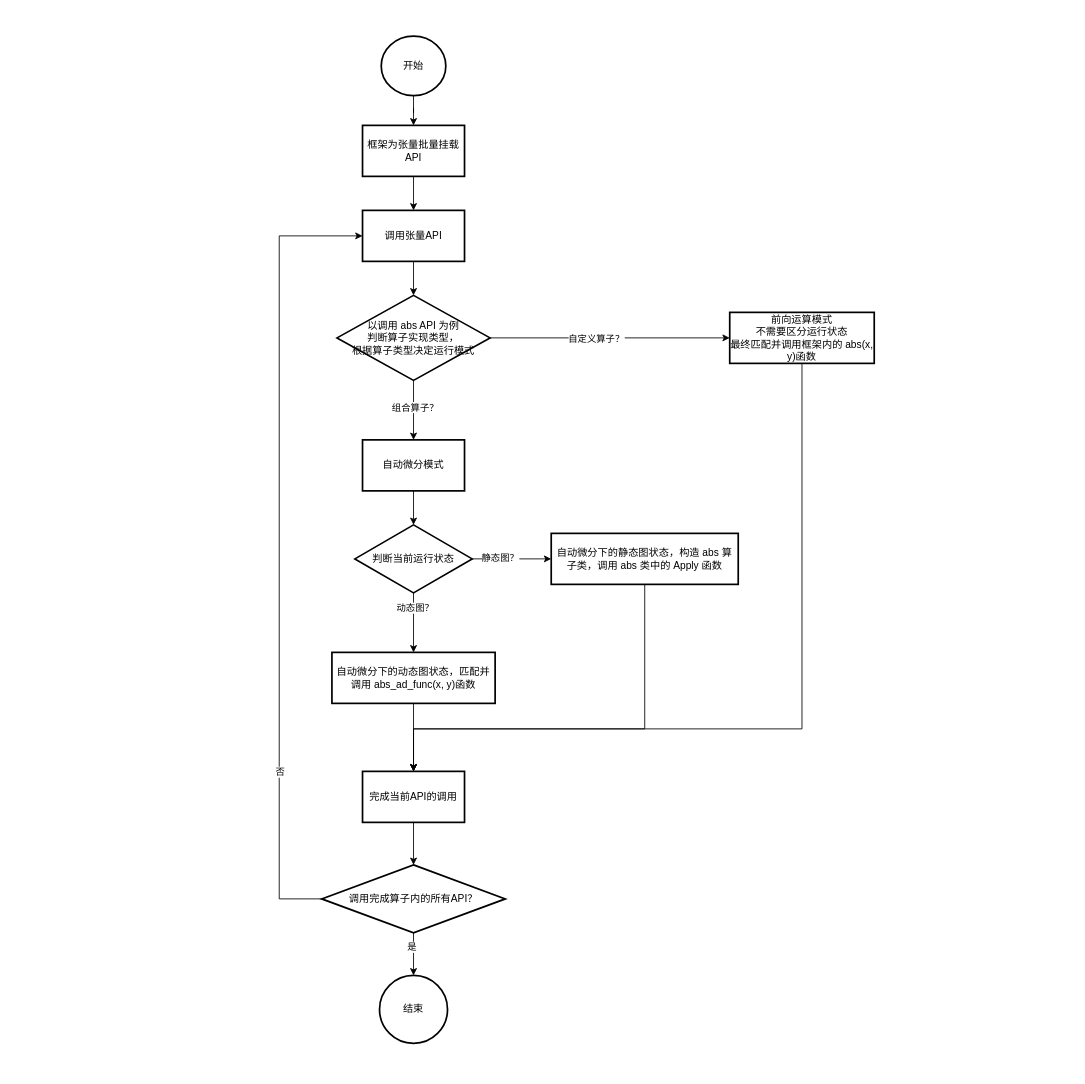
jiahy0825/draw.io keeps this draw.io diagram as 运算符重载-专利流程图.drawio. Above is the earlier version. Source tidied: cells renumbered, new cells numbered last; positions are measured from the earlier drawing's top-left corner, leaving out a move shared by most shapes. Both pictures are drawn from the tidied source at 85%, with x=0, y=0 at pixel (279, 36).
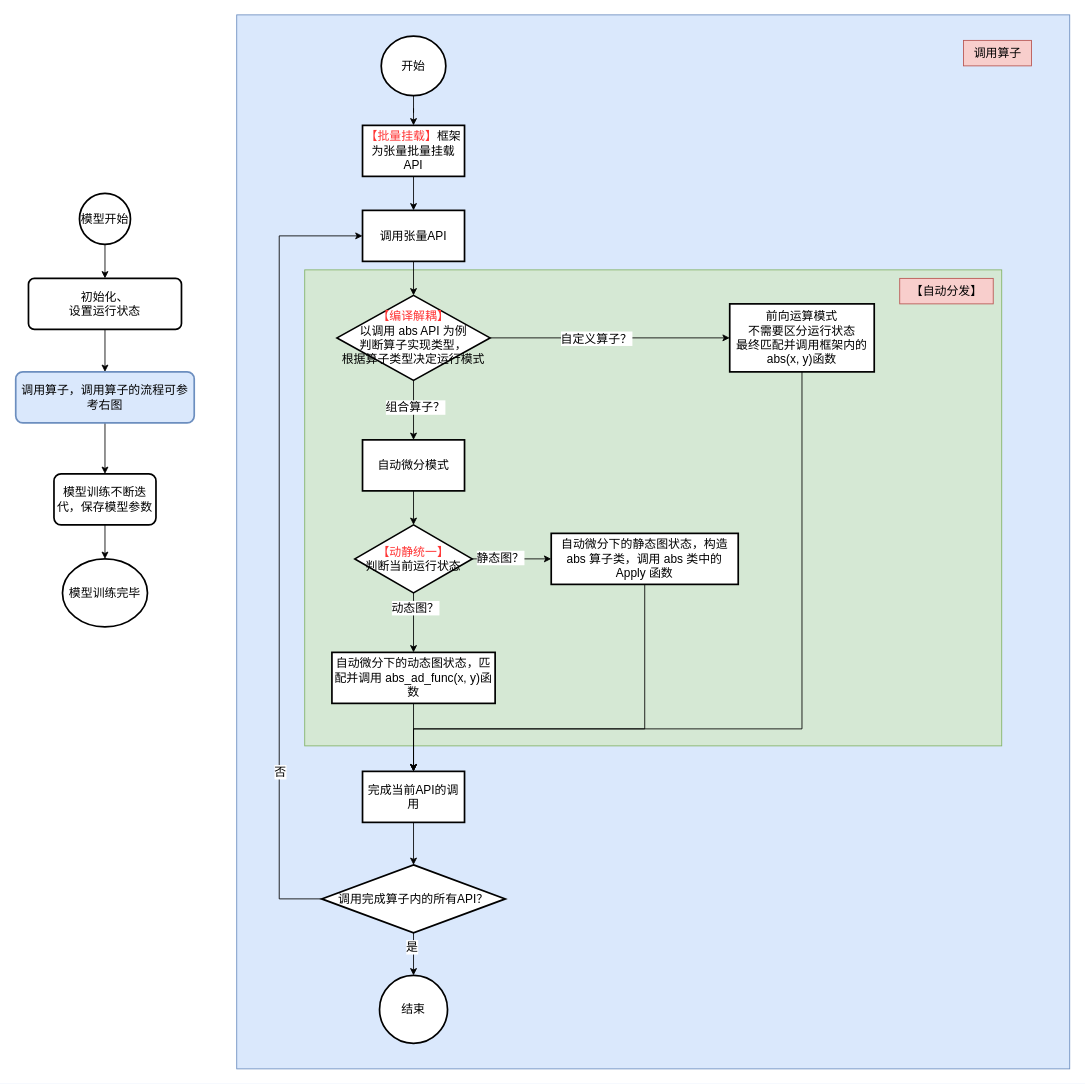
The same page after the edit.

Commit message:
更新运算符重载-专利流程图.drawio

The edit, as a diff of the source:
```diff
@@
+    <mxCell id="34" style="rounded=0;whiteSpace=wrap;html=1;fillColor=#dae8fc;strokeColor=#6c8ebf;fontSize=14;" parent="1" vertex="1">
+      <mxGeometry x="-50" y="-25" width="980" height="1240" as="geometry" />
+    </mxCell>
+    <mxCell id="35" style="rounded=0;whiteSpace=wrap;html=1;fillColor=#d5e8d4;strokeColor=#82b366;fontSize=14;" parent="1" vertex="1">
+      <mxGeometry x="30" y="275" width="820" height="560" as="geometry" />
+    </mxCell>
-    <mxCell id="2" style="edgeStyle=orthogonalEdgeStyle;rounded=0;jettySize=auto;html=1;" parent="1" edge="1" source="3" target="5">
+    <mxCell id="2" style="edgeStyle=orthogonalEdgeStyle;rounded=0;jettySize=auto;html=1;fontSize=14;" parent="1" edge="1" source="3" target="5">
       <mxGeometry relative="1" as="geometry" />
     </mxCell>
-    <mxCell id="3" value="开始" style="strokeWidth=2;html=1;shape=mxgraph.flowchart.start_2;whiteSpace=wrap;" parent="1" vertex="1">
+    <mxCell id="3" value="开始" style="strokeWidth=2;html=1;shape=mxgraph.flowchart.start_2;whiteSpace=wrap;fontSize=14;" parent="1" vertex="1">
       <mxGeometry x="120" width="76" height="70" as="geometry" />
     </mxCell>
-    <mxCell id="4" style="edgeStyle=orthogonalEdgeStyle;rounded=0;jettySize=auto;html=1;" parent="1" edge="1" source="5" target="7">
+    <mxCell id="4" style="edgeStyle=orthogonalEdgeStyle;rounded=0;jettySize=auto;html=1;fontSize=14;" parent="1" edge="1" source="5" target="7">
       <mxGeometry relative="1" as="geometry" />
     </mxCell>
-    <mxCell id="5" value="框架为张量批量挂载 API" style="whiteSpace=wrap;html=1;strokeWidth=2;" parent="1" vertex="1">
+    <mxCell id="5" value="&lt;font color=&quot;#ff3333&quot;&gt;【批量挂载】&lt;/font&gt;框架为张量批量挂载 API" style="whiteSpace=wrap;html=1;strokeWidth=2;fontSize=14;" parent="1" vertex="1">
       <mxGeometry x="98" y="105" width="120" height="60" as="geometry" />
     </mxCell>
-    <mxCell id="6" style="edgeStyle=orthogonalEdgeStyle;rounded=0;jettySize=auto;html=1;" parent="1" edge="1" source="7" target="12">
+    <mxCell id="6" style="edgeStyle=orthogonalEdgeStyle;rounded=0;jettySize=auto;html=1;fontSize=14;" parent="1" edge="1" source="7" target="12">
       <mxGeometry relative="1" as="geometry" />
     </mxCell>
-    <mxCell id="7" value="调用张量API" style="whiteSpace=wrap;html=1;strokeWidth=2;" parent="1" vertex="1">
+    <mxCell id="7" value="调用张量API" style="whiteSpace=wrap;html=1;strokeWidth=2;fontSize=14;" parent="1" vertex="1">
       <mxGeometry x="98" y="205" width="120" height="60" as="geometry" />
     </mxCell>
-    <mxCell id="8" style="edgeStyle=orthogonalEdgeStyle;rounded=0;jettySize=auto;html=1;" parent="1" edge="1" source="12" target="14">
+    <mxCell id="8" style="edgeStyle=orthogonalEdgeStyle;rounded=0;jettySize=auto;html=1;fontSize=14;" parent="1" edge="1" source="12" target="14">
       <mxGeometry relative="1" as="geometry" />
     </mxCell>
-    <mxCell id="9" value="自定义算子？" style="edgeLabel;html=1;align=center;verticalAlign=middle;" parent="8" vertex="1">
+    <mxCell id="9" value="自定义算子？" style="edgeLabel;html=1;align=center;verticalAlign=middle;fontSize=14;" parent="8" vertex="1">
       <mxGeometry x="-0.12" y="1" relative="1" as="geometry">
         <mxPoint y="1" as="offset" />
       </mxGeometry>
     </mxCell>
-    <mxCell id="10" style="edgeStyle=orthogonalEdgeStyle;rounded=0;jettySize=auto;html=1;" parent="1" edge="1" source="12" target="16">
+    <mxCell id="10" style="edgeStyle=orthogonalEdgeStyle;rounded=0;jettySize=auto;html=1;fontSize=14;" parent="1" edge="1" source="12" target="16">
       <mxGeometry relative="1" as="geometry" />
     </mxCell>
-    <mxCell id="11" value="组合算子？" style="edgeLabel;html=1;align=center;verticalAlign=middle;" parent="10" vertex="1">
+    <mxCell id="11" value="组合算子？" style="edgeLabel;html=1;align=center;verticalAlign=middle;fontSize=14;" parent="10" vertex="1">
       <mxGeometry x="-0.11" y="1" relative="1" as="geometry" />
     </mxCell>
-    <mxCell id="12" value="以调用 abs API 为例&lt;br&gt;判断算子实现类型，&lt;br&gt;根据算子类型决定运行模式" style="rhombus;whiteSpace=wrap;html=1;strokeWidth=2;" parent="1" vertex="1">
+    <mxCell id="12" value="&lt;font color=&quot;#ff3333&quot;&gt;【编译解耦】&lt;/font&gt;&lt;br style=&quot;font-size: 14px;&quot;&gt;以调用 abs API 为例&lt;br style=&quot;font-size: 14px;&quot;&gt;判断算子实现类型，&lt;br style=&quot;font-size: 14px;&quot;&gt;根据算子类型决定运行模式" style="rhombus;whiteSpace=wrap;html=1;strokeWidth=2;fontSize=14;" parent="1" vertex="1">
       <mxGeometry x="68" y="305" width="180" height="100" as="geometry" />
     </mxCell>
-    <mxCell id="13" style="edgeStyle=orthogonalEdgeStyle;rounded=0;jettySize=auto;html=1;exitX=0.5;exitY=1;exitDx=0;exitDy=0;entryX=0.5;entryY=0;entryDx=0;entryDy=0;" parent="1" edge="1" source="14" target="27">
+    <mxCell id="13" style="edgeStyle=orthogonalEdgeStyle;rounded=0;jettySize=auto;html=1;exitX=0.5;exitY=1;exitDx=0;exitDy=0;entryX=0.5;entryY=0;entryDx=0;entryDy=0;fontSize=14;" parent="1" edge="1" source="14" target="27">
       <mxGeometry relative="1" as="geometry">
         <Array as="points">
           <mxPoint x="615" y="815" />
           <mxPoint x="158" y="815" />
         </Array>
       </mxGeometry>
     </mxCell>
-    <mxCell id="14" value="前向运算模式&lt;br&gt;不需要区分运行状态&lt;br&gt;最终匹配并调用框架内的 abs(x, y)函数" style="whiteSpace=wrap;html=1;strokeWidth=2;" parent="1" vertex="1">
-      <mxGeometry x="530" y="325" width="170" height="60" as="geometry" />
+    <mxCell id="14" value="前向运算模式&lt;br style=&quot;font-size: 14px;&quot;&gt;不需要区分运行状态&lt;br style=&quot;font-size: 14px;&quot;&gt;最终匹配并调用框架内的 abs(x, y)函数" style="whiteSpace=wrap;html=1;strokeWidth=2;fontSize=14;" parent="1" vertex="1">
+      <mxGeometry x="530" y="315" width="170" height="80" as="geometry" />
     </mxCell>
-    <mxCell id="15" style="edgeStyle=orthogonalEdgeStyle;rounded=0;jettySize=auto;html=1;" parent="1" edge="1" source="16" target="21">
+    <mxCell id="15" style="edgeStyle=orthogonalEdgeStyle;rounded=0;jettySize=auto;html=1;fontSize=14;" parent="1" edge="1" source="16" target="21">
       <mxGeometry relative="1" as="geometry" />
     </mxCell>
-    <mxCell id="16" value="自动微分模式" style="whiteSpace=wrap;html=1;strokeWidth=2;" parent="1" vertex="1">
+    <mxCell id="16" value="自动微分模式" style="whiteSpace=wrap;html=1;strokeWidth=2;fontSize=14;" parent="1" vertex="1">
       <mxGeometry x="98" y="475" width="120" height="60" as="geometry" />
     </mxCell>
-    <mxCell id="17" style="edgeStyle=orthogonalEdgeStyle;rounded=0;jettySize=auto;html=1;" parent="1" edge="1" source="21" target="23">
+    <mxCell id="17" style="edgeStyle=orthogonalEdgeStyle;rounded=0;jettySize=auto;html=1;fontSize=14;" parent="1" edge="1" source="21" target="23">
       <mxGeometry relative="1" as="geometry" />
     </mxCell>
-    <mxCell id="18" value="动态图？" style="edgeLabel;html=1;align=center;verticalAlign=middle;" parent="17" vertex="1">
+    <mxCell id="18" value="动态图？" style="edgeLabel;html=1;align=center;verticalAlign=middle;fontSize=14;" parent="17" vertex="1">
       <mxGeometry x="-0.51" y="1" relative="1" as="geometry" />
     </mxCell>
-    <mxCell id="19" style="edgeStyle=orthogonalEdgeStyle;rounded=0;jettySize=auto;html=1;" parent="1" edge="1" source="21" target="25">
+    <mxCell id="19" style="edgeStyle=orthogonalEdgeStyle;rounded=0;jettySize=auto;html=1;fontSize=14;" parent="1" edge="1" source="21" target="25">
       <mxGeometry relative="1" as="geometry" />
     </mxCell>
-    <mxCell id="20" value="静态图？" style="edgeLabel;html=1;align=center;verticalAlign=middle;" parent="19" vertex="1">
+    <mxCell id="20" value="静态图？" style="edgeLabel;html=1;align=center;verticalAlign=middle;fontSize=14;" parent="19" vertex="1">
       <mxGeometry x="-0.31" y="3" relative="1" as="geometry">
         <mxPoint y="1" as="offset" />
       </mxGeometry>
     </mxCell>
-    <mxCell id="21" value="判断当前运行状态" style="rhombus;whiteSpace=wrap;html=1;strokeWidth=2;" parent="1" vertex="1">
+    <mxCell id="21" value="&lt;font color=&quot;#ff3333&quot;&gt;【动静统一】&lt;/font&gt;&lt;br style=&quot;font-size: 14px;&quot;&gt;判断当前运行状态" style="rhombus;whiteSpace=wrap;html=1;strokeWidth=2;fontSize=14;" parent="1" vertex="1">
       <mxGeometry x="89" y="575" width="138" height="80" as="geometry" />
     </mxCell>
-    <mxCell id="22" style="edgeStyle=orthogonalEdgeStyle;rounded=0;jettySize=auto;html=1;" parent="1" edge="1" source="23" target="27">
+    <mxCell id="22" style="edgeStyle=orthogonalEdgeStyle;rounded=0;jettySize=auto;html=1;fontSize=14;" parent="1" edge="1" source="23" target="27">
       <mxGeometry relative="1" as="geometry" />
     </mxCell>
-    <mxCell id="23" value="自动微分下的动态图状态，匹配并调用 abs_ad_func(x, y)函数" style="whiteSpace=wrap;html=1;strokeWidth=2;" parent="1" vertex="1">
+    <mxCell id="23" value="自动微分下的动态图状态，匹配并调用 abs_ad_func(x, y)函数" style="whiteSpace=wrap;html=1;strokeWidth=2;fontSize=14;" parent="1" vertex="1">
       <mxGeometry x="62" y="725" width="192" height="60" as="geometry" />
     </mxCell>
-    <mxCell id="24" style="edgeStyle=orthogonalEdgeStyle;rounded=0;jettySize=auto;html=1;exitX=0.5;exitY=1;exitDx=0;exitDy=0;entryX=0.5;entryY=0;entryDx=0;entryDy=0;" parent="1" edge="1" source="25" target="27">
+    <mxCell id="24" style="edgeStyle=orthogonalEdgeStyle;rounded=0;jettySize=auto;html=1;exitX=0.5;exitY=1;exitDx=0;exitDy=0;entryX=0.5;entryY=0;entryDx=0;entryDy=0;fontSize=14;" parent="1" edge="1" source="25" target="27">
       <mxGeometry relative="1" as="geometry">
         <Array as="points">
           <mxPoint x="430" y="815" />
           <mxPoint x="158" y="815" />
         </Array>
       </mxGeometry>
     </mxCell>
-    <mxCell id="25" value="自动微分下的静态图状态，构造 abs 算子类，调用 abs 类中的 Apply 函数" style="whiteSpace=wrap;html=1;strokeWidth=2;" parent="1" vertex="1">
+    <mxCell id="25" value="自动微分下的静态图状态，构造 abs 算子类，调用 abs 类中的 Apply 函数" style="whiteSpace=wrap;html=1;strokeWidth=2;fontSize=14;" parent="1" vertex="1">
       <mxGeometry x="320" y="585" width="220" height="60" as="geometry" />
     </mxCell>
-    <mxCell id="26" style="edgeStyle=orthogonalEdgeStyle;rounded=0;jettySize=auto;html=1;" parent="1" edge="1" source="27" target="32">
+    <mxCell id="26" style="edgeStyle=orthogonalEdgeStyle;rounded=0;jettySize=auto;html=1;fontSize=14;" parent="1" edge="1" source="27" target="32">
       <mxGeometry relative="1" as="geometry" />
     </mxCell>
-    <mxCell id="27" value="完成当前API的调用" style="whiteSpace=wrap;html=1;strokeWidth=2;" parent="1" vertex="1">
+    <mxCell id="27" value="完成当前API的调用" style="whiteSpace=wrap;html=1;strokeWidth=2;fontSize=14;" parent="1" vertex="1">
       <mxGeometry x="98" y="865" width="120" height="60" as="geometry" />
     </mxCell>
-    <mxCell id="28" style="edgeStyle=orthogonalEdgeStyle;rounded=0;jettySize=auto;html=1;exitX=0;exitY=0.5;exitDx=0;exitDy=0;entryX=0;entryY=0.5;entryDx=0;entryDy=0;" parent="1" edge="1" source="32" target="7">
+    <mxCell id="28" style="edgeStyle=orthogonalEdgeStyle;rounded=0;jettySize=auto;html=1;exitX=0;exitY=0.5;exitDx=0;exitDy=0;entryX=0;entryY=0.5;entryDx=0;entryDy=0;fontSize=14;" parent="1" edge="1" source="32" target="7">
       <mxGeometry relative="1" as="geometry">
         <Array as="points">
           <mxPoint y="1015" />
           <mxPoint y="235" />
         </Array>
       </mxGeometry>
     </mxCell>
-    <mxCell id="29" value="否" style="edgeLabel;html=1;align=center;verticalAlign=middle;" parent="28" vertex="1">
+    <mxCell id="29" value="否" style="edgeLabel;html=1;align=center;verticalAlign=middle;fontSize=14;" parent="28" vertex="1">
       <mxGeometry x="-0.57" relative="1" as="geometry" />
     </mxCell>
-    <mxCell id="30" style="edgeStyle=orthogonalEdgeStyle;rounded=0;jettySize=auto;html=1;" parent="1" edge="1" source="32" target="33">
+    <mxCell id="30" style="edgeStyle=orthogonalEdgeStyle;rounded=0;jettySize=auto;html=1;fontSize=14;" parent="1" edge="1" source="32" target="33">
       <mxGeometry relative="1" as="geometry" />
     </mxCell>
-    <mxCell id="31" value="是" style="edgeLabel;html=1;align=center;verticalAlign=middle;" parent="30" vertex="1">
+    <mxCell id="31" value="是" style="edgeLabel;html=1;align=center;verticalAlign=middle;fontSize=14;" parent="30" vertex="1">
       <mxGeometry x="-0.35" y="-3" relative="1" as="geometry" />
     </mxCell>
-    <mxCell id="32" value="调用完成算子内的所有API？" style="rhombus;whiteSpace=wrap;html=1;strokeWidth=2;" parent="1" vertex="1">
+    <mxCell id="32" value="调用完成算子内的所有API？" style="rhombus;whiteSpace=wrap;html=1;strokeWidth=2;fontSize=14;" parent="1" vertex="1">
       <mxGeometry x="50" y="975" width="216" height="80" as="geometry" />
     </mxCell>
-    <mxCell id="33" value="结束" style="ellipse;whiteSpace=wrap;html=1;strokeWidth=2;" parent="1" vertex="1">
+    <mxCell id="33" value="结束" style="ellipse;whiteSpace=wrap;html=1;strokeWidth=2;fontSize=14;" parent="1" vertex="1">
       <mxGeometry x="118" y="1105" width="80" height="80" as="geometry" />
     </mxCell>
+    <mxCell id="36" value="&lt;font style=&quot;font-size: 14px;&quot;&gt;【自动分发】&lt;/font&gt;" style="text;html=1;align=center;verticalAlign=middle;strokeColor=#b85450;fillColor=#f8cecc;fontSize=14;" parent="1" vertex="1">
+      <mxGeometry x="730" y="285" width="110" height="30" as="geometry" />
+    </mxCell>
+    <mxCell id="37" style="edgeStyle=orthogonalEdgeStyle;rounded=0;jettySize=auto;html=1;exitX=0.5;exitY=1;exitDx=0;exitDy=0;exitPerimeter=0;entryX=0.5;entryY=0;entryDx=0;entryDy=0;" parent="1" edge="1" source="38" target="40">
+      <mxGeometry relative="1" as="geometry" />
+    </mxCell>
+    <mxCell id="38" value="模型开始" style="strokeWidth=2;html=1;shape=mxgraph.flowchart.start_2;whiteSpace=wrap;fontSize=14;" parent="1" vertex="1">
+      <mxGeometry x="-235" y="185" width="60" height="60" as="geometry" />
+    </mxCell>
+    <mxCell id="39" style="edgeStyle=orthogonalEdgeStyle;rounded=0;jettySize=auto;html=1;" parent="1" edge="1" source="40" target="42">
+      <mxGeometry relative="1" as="geometry" />
+    </mxCell>
+    <mxCell id="40" value="初始化、&lt;br style=&quot;font-size: 14px;&quot;&gt;设置运行状态" style="rounded=1;whiteSpace=wrap;html=1;absoluteArcSize=1;arcSize=14;strokeWidth=2;fontSize=14;" parent="1" vertex="1">
+      <mxGeometry x="-295" y="285" width="180" height="60" as="geometry" />
+    </mxCell>
+    <mxCell id="41" style="edgeStyle=orthogonalEdgeStyle;rounded=0;jettySize=auto;html=1;" parent="1" edge="1" source="42" target="44">
+      <mxGeometry relative="1" as="geometry" />
+    </mxCell>
+    <mxCell id="42" value="调用算子，调用算子的流程可参考右图" style="whiteSpace=wrap;html=1;fontSize=14;rounded=1;arcSize=14;strokeWidth=2;fillColor=#dae8fc;strokeColor=#6c8ebf;" parent="1" vertex="1">
+      <mxGeometry x="-310" y="395" width="210" height="60" as="geometry" />
+    </mxCell>
+    <mxCell id="43" style="edgeStyle=orthogonalEdgeStyle;rounded=0;jettySize=auto;html=1;" parent="1" edge="1" source="44" target="45">
+      <mxGeometry relative="1" as="geometry" />
+    </mxCell>
+    <mxCell id="44" value="模型训练不断迭代，保存模型参数" style="whiteSpace=wrap;html=1;fontSize=14;rounded=1;arcSize=14;strokeWidth=2;" parent="1" vertex="1">
+      <mxGeometry x="-265" y="515" width="120" height="60" as="geometry" />
+    </mxCell>
+    <mxCell id="45" value="模型训练完毕" style="ellipse;whiteSpace=wrap;html=1;fontSize=14;rounded=1;arcSize=14;strokeWidth=2;" parent="1" vertex="1">
+      <mxGeometry x="-255" y="615" width="100" height="80" as="geometry" />
+    </mxCell>
+    <mxCell id="46" value="&lt;font style=&quot;font-size: 14px;&quot;&gt;调用算子&lt;/font&gt;" style="text;html=1;align=center;verticalAlign=middle;strokeColor=#b85450;fillColor=#f8cecc;fontSize=14;" parent="1" vertex="1">
+      <mxGeometry x="805" y="5" width="80" height="30" as="geometry" />
+    </mxCell>
```
